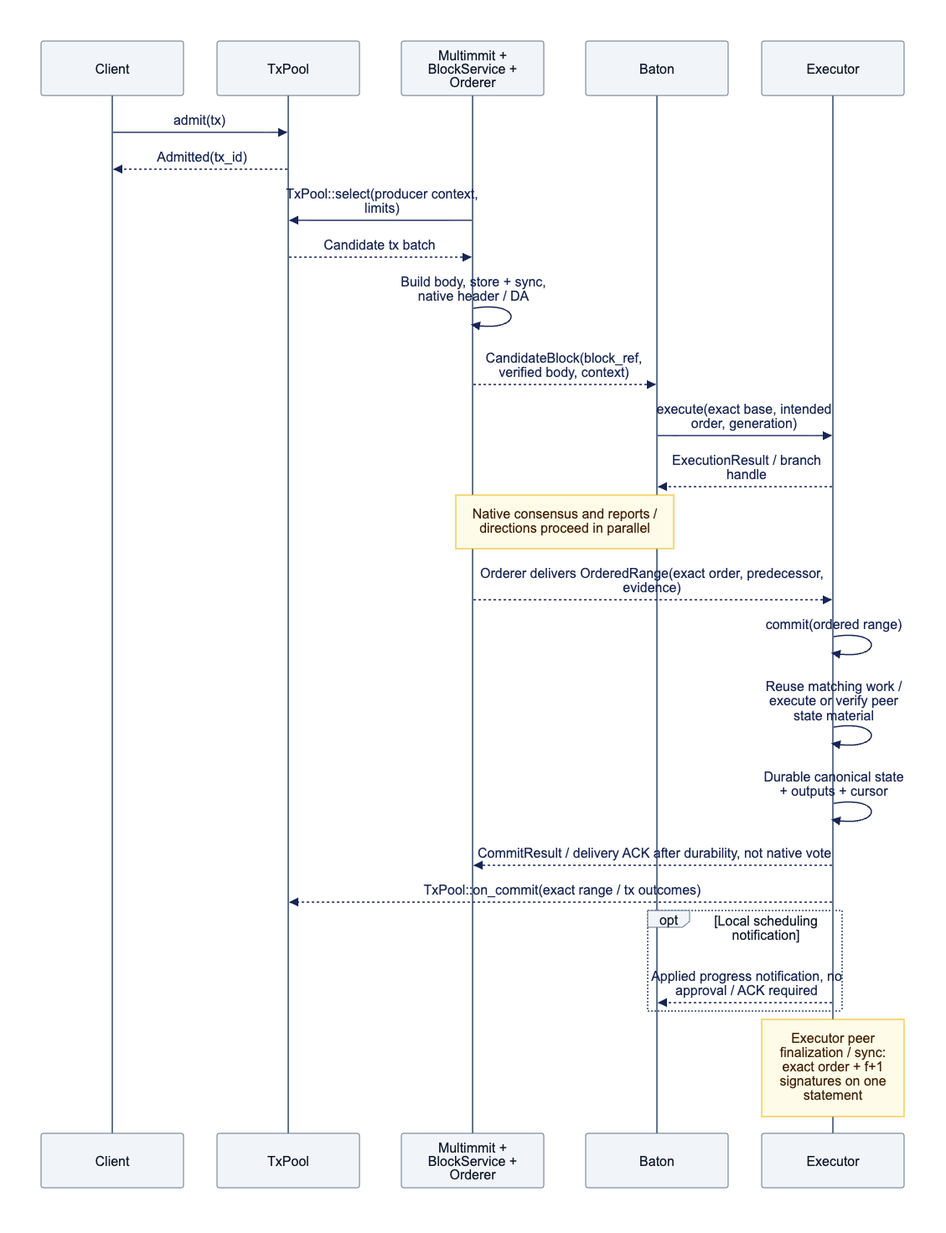
The Mermaid diagram docs/assets/diagrams/diagram-02.png in djm07073/baton-research, before a commit. Its source is kept beside it as docs/assets/diagrams/diagram-02.mmd.
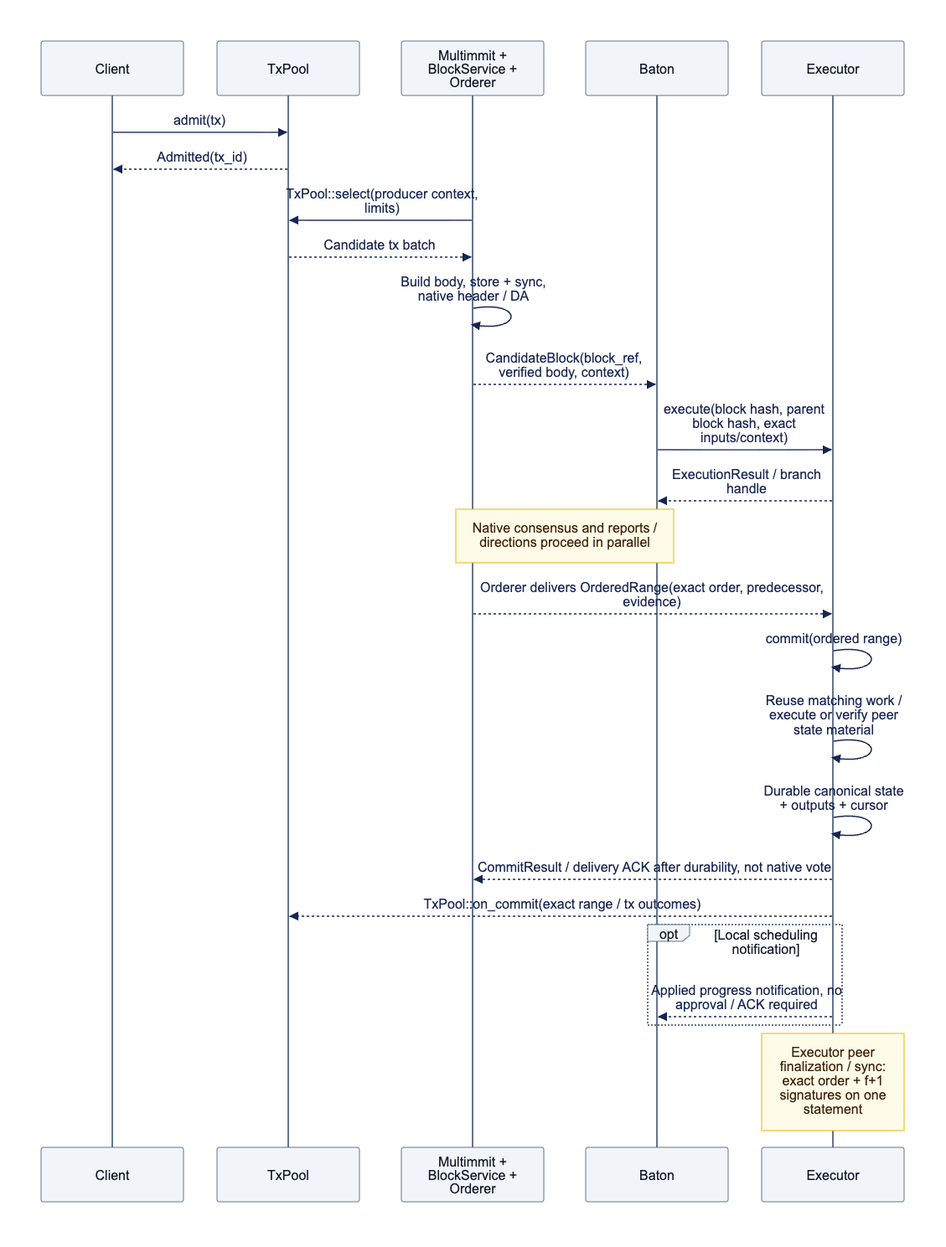
After the change.

Diff of the diagram source:
```diff
@@ -10,7 +10,7 @@
     T-->>N: Candidate tx batch
     N->>N: Build body, store + sync, native header / DA
     N-->>B: CandidateBlock(block_ref, verified body, context)
-    B->>E: execute(exact base, intended order, generation)
+    B->>E: execute(block hash, parent block hash, exact inputs/context)
     E-->>B: ExecutionResult / branch handle
     Note over N,B: Native consensus and reports / directions proceed in parallel
     N-->>E: Orderer delivers OrderedRange(exact order, predecessor, evidence)
```
